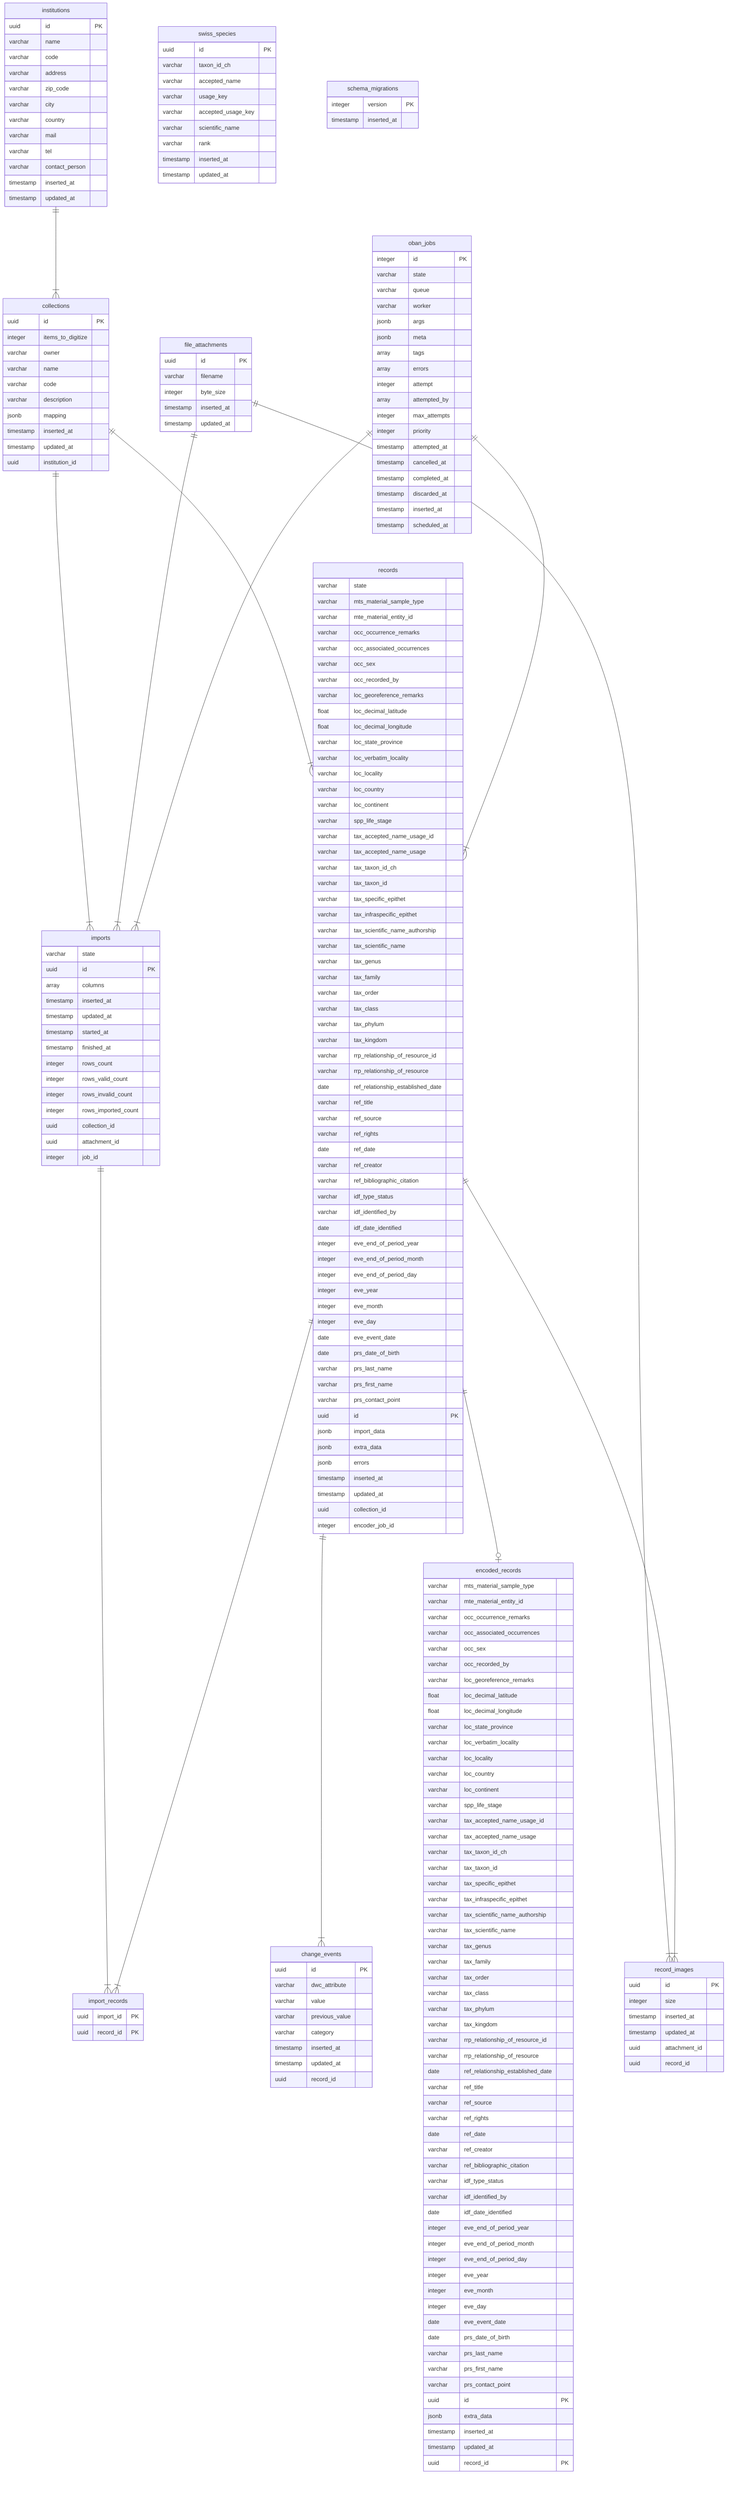
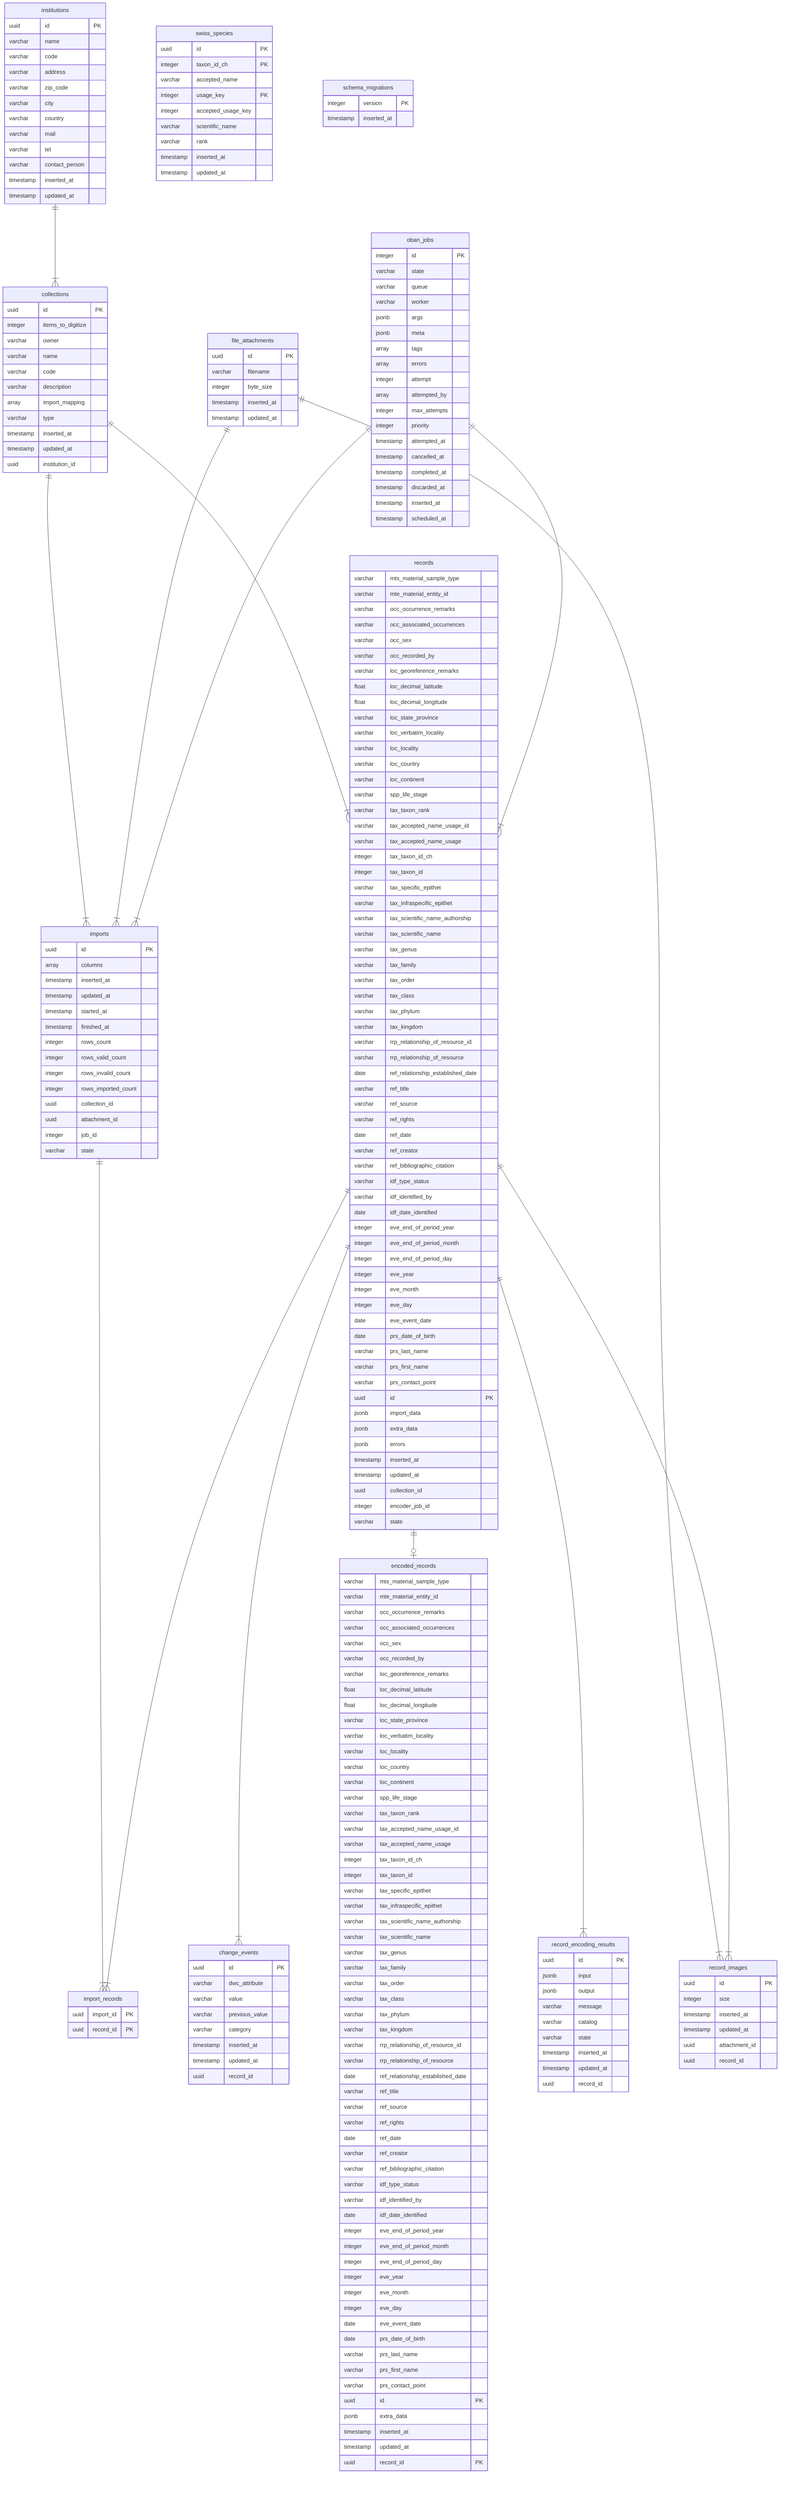
erDiagram
  file_attachments {
    uuid id PK
    varchar filename
    integer byte_size
    timestamp inserted_at
    timestamp updated_at
  }
  institutions {
    uuid id PK
    varchar name
    varchar code
    varchar address
    varchar zip_code
    varchar city
    varchar country
    varchar mail
    varchar tel
    varchar contact_person
    timestamp inserted_at
    timestamp updated_at
  }
  change_events {
    uuid id PK
    varchar dwc_attribute
    varchar value
    varchar previous_value
    varchar category
    timestamp inserted_at
    timestamp updated_at
    uuid record_id
  }
  collections {
    uuid id PK
    integer items_to_digitize
    varchar owner
    varchar name
    varchar code
    varchar description
-     jsonb mapping
+     array import_mapping
+     varchar type
    timestamp inserted_at
    timestamp updated_at
    uuid institution_id
  }
  encoded_records {
    varchar mts_material_sample_type
    varchar mte_material_entity_id
    varchar occ_occurrence_remarks
    varchar occ_associated_occurrences
    varchar occ_sex
    varchar occ_recorded_by
    varchar loc_georeference_remarks
    float loc_decimal_latitude
    float loc_decimal_longitude
    varchar loc_state_province
    varchar loc_verbatim_locality
    varchar loc_locality
    varchar loc_country
    varchar loc_continent
    varchar spp_life_stage
+     varchar tax_taxon_rank
    varchar tax_accepted_name_usage_id
    varchar tax_accepted_name_usage
-     varchar tax_taxon_id_ch
-     varchar tax_taxon_id
+     integer tax_taxon_id_ch
+     integer tax_taxon_id
    varchar tax_specific_epithet
    varchar tax_infraspecific_epithet
    varchar tax_scientific_name_authorship
    varchar tax_scientific_name
    varchar tax_genus
    varchar tax_family
    varchar tax_order
    varchar tax_class
    varchar tax_phylum
    varchar tax_kingdom
    varchar rrp_relationship_of_resource_id
    varchar rrp_relationship_of_resource
    date ref_relationship_established_date
    varchar ref_title
    varchar ref_source
    varchar ref_rights
    date ref_date
    varchar ref_creator
    varchar ref_bibliographic_citation
    varchar idf_type_status
    varchar idf_identified_by
    date idf_date_identified
    integer eve_end_of_period_year
    integer eve_end_of_period_month
    integer eve_end_of_period_day
    integer eve_year
    integer eve_month
    integer eve_day
    date eve_event_date
    date prs_date_of_birth
    varchar prs_last_name
    varchar prs_first_name
    varchar prs_contact_point
    uuid id PK
    jsonb extra_data
    timestamp inserted_at
    timestamp updated_at
    uuid record_id PK
  }
+   record_encoding_results {
+     uuid id PK
+     jsonb input
+     jsonb output
+     varchar message
+     varchar catalog
+     varchar state
+     timestamp inserted_at
+     timestamp updated_at
+     uuid record_id
+   }
  imports {
-     varchar state
    uuid id PK
    array columns
    timestamp inserted_at
    timestamp updated_at
    timestamp started_at
    timestamp finished_at
    integer rows_count
    integer rows_valid_count
    integer rows_invalid_count
    integer rows_imported_count
    uuid collection_id
    uuid attachment_id
    integer job_id
+     varchar state
  }
  import_records {
    uuid import_id PK
    uuid record_id PK
  }
  records {
-     varchar state
    varchar mts_material_sample_type
    varchar mte_material_entity_id
    varchar occ_occurrence_remarks
    varchar occ_associated_occurrences
    varchar occ_sex
    varchar occ_recorded_by
    varchar loc_georeference_remarks
    float loc_decimal_latitude
    float loc_decimal_longitude
    varchar loc_state_province
    varchar loc_verbatim_locality
    varchar loc_locality
    varchar loc_country
    varchar loc_continent
    varchar spp_life_stage
+     varchar tax_taxon_rank
    varchar tax_accepted_name_usage_id
    varchar tax_accepted_name_usage
-     varchar tax_taxon_id_ch
-     varchar tax_taxon_id
+     integer tax_taxon_id_ch
+     integer tax_taxon_id
    varchar tax_specific_epithet
    varchar tax_infraspecific_epithet
    varchar tax_scientific_name_authorship
    varchar tax_scientific_name
    varchar tax_genus
    varchar tax_family
    varchar tax_order
    varchar tax_class
    varchar tax_phylum
    varchar tax_kingdom
    varchar rrp_relationship_of_resource_id
    varchar rrp_relationship_of_resource
    date ref_relationship_established_date
    varchar ref_title
    varchar ref_source
    varchar ref_rights
    date ref_date
    varchar ref_creator
    varchar ref_bibliographic_citation
    varchar idf_type_status
    varchar idf_identified_by
    date idf_date_identified
    integer eve_end_of_period_year
    integer eve_end_of_period_month
    integer eve_end_of_period_day
    integer eve_year
    integer eve_month
    integer eve_day
    date eve_event_date
    date prs_date_of_birth
    varchar prs_last_name
    varchar prs_first_name
    varchar prs_contact_point
    uuid id PK
    jsonb import_data
    jsonb extra_data
    jsonb errors
    timestamp inserted_at
    timestamp updated_at
    uuid collection_id
    integer encoder_job_id
+     varchar state
  }
  record_images {
    uuid id PK
    integer size
    timestamp inserted_at
    timestamp updated_at
    uuid attachment_id
    uuid record_id
  }
  swiss_species {
    uuid id PK
-     varchar taxon_id_ch
+     integer taxon_id_ch PK
    varchar accepted_name
-     varchar usage_key
-     varchar accepted_usage_key
+     integer usage_key PK
+     integer accepted_usage_key
    varchar scientific_name
    varchar rank
    timestamp inserted_at
    timestamp updated_at
  }
  schema_migrations {
    integer version PK
    timestamp inserted_at
  }
  oban_jobs {
    integer id PK
    varchar state
    varchar queue
    varchar worker
    jsonb args
    jsonb meta
    array tags
    array errors
    integer attempt
    array attempted_by
    integer max_attempts
    integer priority
    timestamp attempted_at
    timestamp cancelled_at
    timestamp completed_at
    timestamp discarded_at
    timestamp inserted_at
    timestamp scheduled_at
  }
  collections ||--|{ imports : ""
  collections ||--|{ records : ""
  file_attachments ||--|{ imports : ""
  file_attachments ||--|{ record_images : ""
  imports ||--|{ import_records : ""
  institutions ||--|{ collections : ""
  oban_jobs ||--|{ imports : ""
  oban_jobs ||--|{ records : ""
  records ||--|{ change_events : ""
  records ||--o| encoded_records : ""
  records ||--|{ import_records : ""
+   records ||--|{ record_encoding_results : ""
  records ||--|{ record_images : ""
